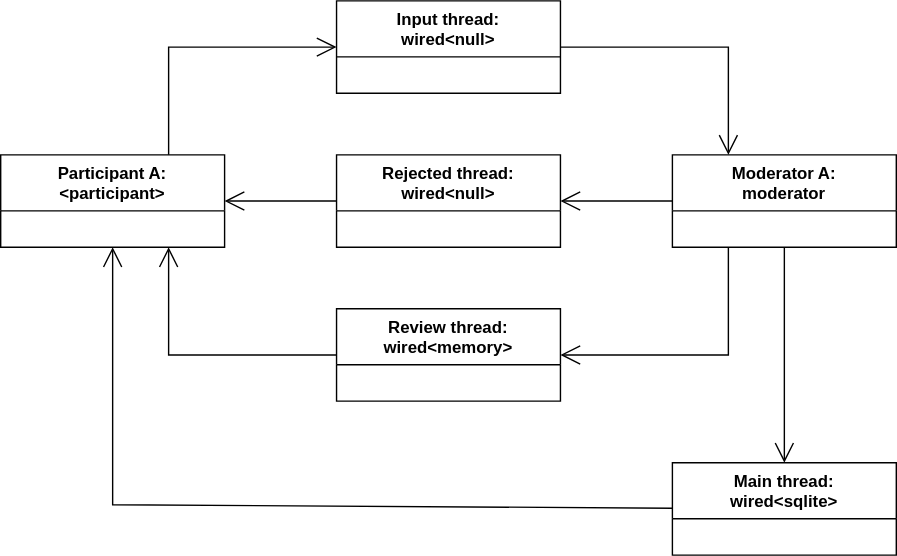
Before: doc/moderated_channel.svg, a diagram exported from draw.io (vitalii-samoilenko/ai-chat-bot). Source tidied: cells renumbered, new cells last; positions are measured from the earlier drawing's top-left corner, leaving out a move shared by most shapes. The source it was exported from:
```xml
<mxGraphModel>
  <root>
    <mxCell id="0" />
    <mxCell id="1" parent="0" />
    <mxCell id="2" value="Participant A:&lt;div&gt;&amp;lt;participant&amp;gt;&lt;/div&gt;" style="swimlane;fontStyle=1;align=center;verticalAlign=top;horizontal=1;startSize=40;whiteSpace=wrap;html=1;" parent="1" vertex="1">
      <mxGeometry y="110" width="160" height="66" as="geometry" />
    </mxCell>
    <mxCell id="3" value="Input thread:&lt;div&gt;wired&amp;lt;null&amp;gt;&lt;/div&gt;" style="swimlane;fontStyle=1;align=center;verticalAlign=top;horizontal=1;startSize=40;whiteSpace=wrap;html=1;" parent="1" vertex="1">
      <mxGeometry x="240" width="160" height="66" as="geometry" />
    </mxCell>
    <mxCell id="4" style="endArrow=open;endFill=1;endSize=12;html=1;rounded=0;exitX=0.75;exitY=0;exitDx=0;exitDy=0;" parent="1" edge="1" source="2" target="3">
      <mxGeometry relative="1" as="geometry">
        <Array as="points">
          <mxPoint x="120" y="33" />
        </Array>
      </mxGeometry>
    </mxCell>
    <mxCell id="5" value="Moderator A:&lt;div&gt;moderator&lt;/div&gt;" style="swimlane;fontStyle=1;align=center;verticalAlign=top;horizontal=1;startSize=40;whiteSpace=wrap;html=1;" parent="1" vertex="1">
      <mxGeometry x="480" y="110" width="160" height="66" as="geometry" />
    </mxCell>
    <mxCell id="6" style="endArrow=open;endFill=1;endSize=12;html=1;rounded=0;entryX=0.25;entryY=0;entryDx=0;entryDy=0;" parent="1" edge="1" source="3" target="5">
      <mxGeometry relative="1" as="geometry">
        <Array as="points">
          <mxPoint x="520" y="33" />
        </Array>
      </mxGeometry>
    </mxCell>
    <mxCell id="7" value="Main thread:&lt;div&gt;wired&amp;lt;sqlite&amp;gt;&lt;/div&gt;" style="swimlane;fontStyle=1;align=center;verticalAlign=top;horizontal=1;startSize=40;whiteSpace=wrap;html=1;" parent="1" vertex="1">
      <mxGeometry x="480" y="330" width="160" height="66" as="geometry" />
    </mxCell>
    <mxCell id="8" value="Rejected thread:&lt;div&gt;wired&amp;lt;null&amp;gt;&lt;/div&gt;" style="swimlane;fontStyle=1;align=center;verticalAlign=top;horizontal=1;startSize=40;whiteSpace=wrap;html=1;" parent="1" vertex="1">
      <mxGeometry x="240" y="110" width="160" height="66" as="geometry" />
    </mxCell>
    <mxCell id="9" value="Review thread:&lt;div&gt;wired&amp;lt;memory&amp;gt;&lt;/div&gt;" style="swimlane;fontStyle=1;align=center;verticalAlign=top;horizontal=1;startSize=40;whiteSpace=wrap;html=1;" parent="1" vertex="1">
      <mxGeometry x="240" y="220" width="160" height="66" as="geometry" />
    </mxCell>
    <mxCell id="10" style="endArrow=open;endFill=1;endSize=12;html=1;rounded=0;" parent="1" edge="1" source="5" target="8">
      <mxGeometry relative="1" as="geometry" />
    </mxCell>
    <mxCell id="11" style="endArrow=open;endFill=1;endSize=12;html=1;rounded=0;exitX=0.25;exitY=1;exitDx=0;exitDy=0;" parent="1" edge="1" source="5" target="9">
      <mxGeometry relative="1" as="geometry">
        <Array as="points">
          <mxPoint x="520" y="253" />
        </Array>
      </mxGeometry>
    </mxCell>
    <mxCell id="12" style="endArrow=open;endFill=1;endSize=12;html=1;rounded=0;" parent="1" edge="1" source="8" target="2">
      <mxGeometry relative="1" as="geometry" />
    </mxCell>
    <mxCell id="13" style="endArrow=open;endFill=1;endSize=12;html=1;rounded=0;entryX=0.75;entryY=1;entryDx=0;entryDy=0;" parent="1" edge="1" source="9" target="2">
      <mxGeometry relative="1" as="geometry">
        <Array as="points">
          <mxPoint x="120" y="253" />
        </Array>
      </mxGeometry>
    </mxCell>
    <mxCell id="14" style="endArrow=open;endFill=1;endSize=12;html=1;rounded=0;" parent="1" edge="1" source="5" target="7">
      <mxGeometry relative="1" as="geometry" />
    </mxCell>
    <mxCell id="15" style="endArrow=open;endFill=1;endSize=12;html=1;rounded=0;" parent="1" edge="1" source="7" target="2">
      <mxGeometry relative="1" as="geometry">
        <Array as="points">
          <mxPoint x="80" y="360" />
        </Array>
      </mxGeometry>
    </mxCell>
  </root>
</mxGraphModel>
```
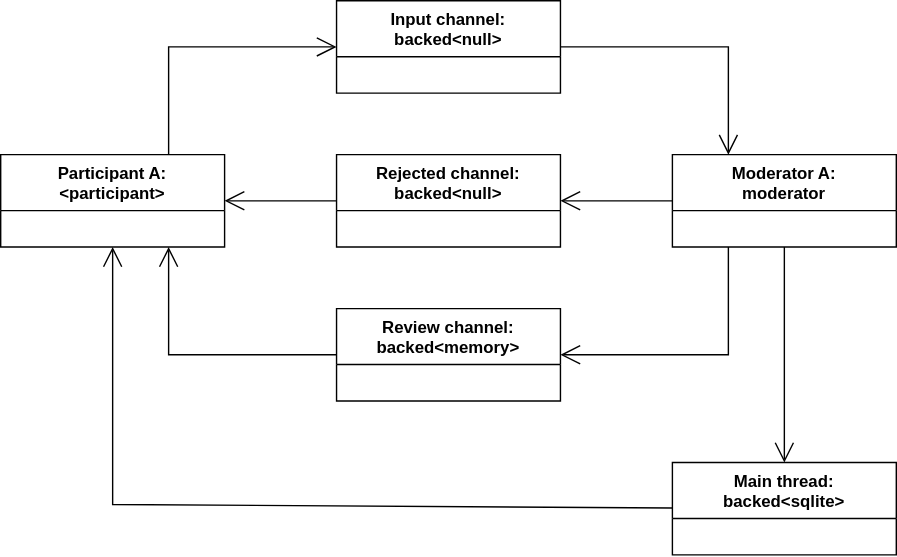
Later version of the same file.

What changed in the source:
```diff
@@ -5,7 +5,7 @@
     <mxCell id="2" value="Participant A:&lt;div&gt;&amp;lt;participant&amp;gt;&lt;/div&gt;" style="swimlane;fontStyle=1;align=center;verticalAlign=top;horizontal=1;startSize=40;whiteSpace=wrap;html=1;" parent="1" vertex="1">
       <mxGeometry y="110" width="160" height="66" as="geometry" />
     </mxCell>
-    <mxCell id="3" value="Input thread:&lt;div&gt;wired&amp;lt;null&amp;gt;&lt;/div&gt;" style="swimlane;fontStyle=1;align=center;verticalAlign=top;horizontal=1;startSize=40;whiteSpace=wrap;html=1;" parent="1" vertex="1">
+    <mxCell id="3" value="Input channel:&lt;div&gt;backed&amp;lt;null&amp;gt;&lt;/div&gt;" style="swimlane;fontStyle=1;align=center;verticalAlign=top;horizontal=1;startSize=40;whiteSpace=wrap;html=1;" parent="1" vertex="1">
       <mxGeometry x="240" width="160" height="66" as="geometry" />
     </mxCell>
     <mxCell id="4" style="endArrow=open;endFill=1;endSize=12;html=1;rounded=0;exitX=0.75;exitY=0;exitDx=0;exitDy=0;" parent="1" edge="1" source="2" target="3">
@@ -25,13 +25,13 @@
         </Array>
       </mxGeometry>
     </mxCell>
-    <mxCell id="7" value="Main thread:&lt;div&gt;wired&amp;lt;sqlite&amp;gt;&lt;/div&gt;" style="swimlane;fontStyle=1;align=center;verticalAlign=top;horizontal=1;startSize=40;whiteSpace=wrap;html=1;" parent="1" vertex="1">
+    <mxCell id="7" value="Main thread:&lt;div&gt;backed&amp;lt;sqlite&amp;gt;&lt;/div&gt;" style="swimlane;fontStyle=1;align=center;verticalAlign=top;horizontal=1;startSize=40;whiteSpace=wrap;html=1;" parent="1" vertex="1">
       <mxGeometry x="480" y="330" width="160" height="66" as="geometry" />
     </mxCell>
-    <mxCell id="8" value="Rejected thread:&lt;div&gt;wired&amp;lt;null&amp;gt;&lt;/div&gt;" style="swimlane;fontStyle=1;align=center;verticalAlign=top;horizontal=1;startSize=40;whiteSpace=wrap;html=1;" parent="1" vertex="1">
+    <mxCell id="8" value="Rejected channel:&lt;div&gt;backed&amp;lt;null&amp;gt;&lt;/div&gt;" style="swimlane;fontStyle=1;align=center;verticalAlign=top;horizontal=1;startSize=40;whiteSpace=wrap;html=1;" parent="1" vertex="1">
       <mxGeometry x="240" y="110" width="160" height="66" as="geometry" />
     </mxCell>
-    <mxCell id="9" value="Review thread:&lt;div&gt;wired&amp;lt;memory&amp;gt;&lt;/div&gt;" style="swimlane;fontStyle=1;align=center;verticalAlign=top;horizontal=1;startSize=40;whiteSpace=wrap;html=1;" parent="1" vertex="1">
+    <mxCell id="9" value="Review channel:&lt;div&gt;backed&amp;lt;memory&amp;gt;&lt;/div&gt;" style="swimlane;fontStyle=1;align=center;verticalAlign=top;horizontal=1;startSize=40;whiteSpace=wrap;html=1;" parent="1" vertex="1">
       <mxGeometry x="240" y="220" width="160" height="66" as="geometry" />
     </mxCell>
     <mxCell id="10" style="endArrow=open;endFill=1;endSize=12;html=1;rounded=0;" parent="1" edge="1" source="5" target="8">
```
